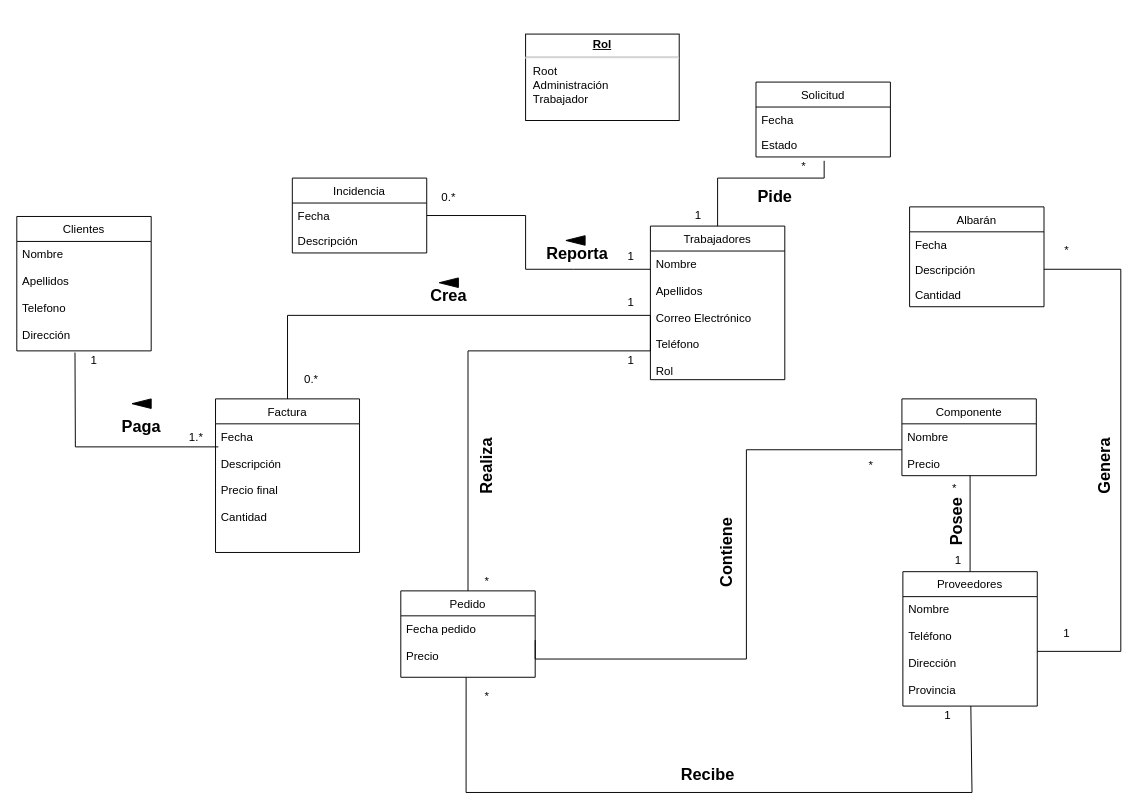
Above: docs/UMLBD.drawio in lanbacb6/ProyectoDAW (draw.io), before the change. Source tidied: cells renumbered, new cells numbered last; positions are measured from the earlier drawing's top-left corner, leaving out a move shared by most shapes. Both pictures are drawn from the tidied source at 96%, with x=0, y=0 at pixel (16, 34).
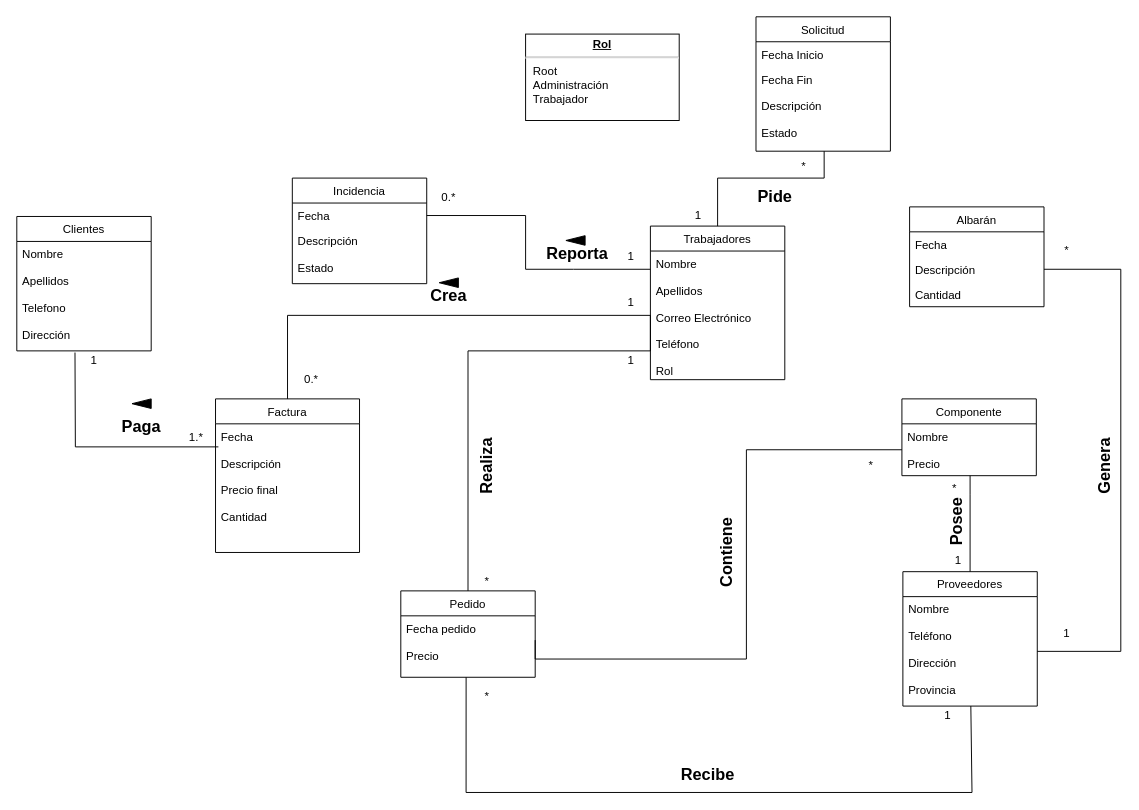
After the change.

The change refers to these unchanged cells:
```xml
<mxCell id="2" value="Trabajadores" style="swimlane;fontStyle=0;horizontal=1;startSize=26;fillColor=none;" parent="1" vertex="1">
  <mxGeometry x="660" y="200" width="140" height="160" as="geometry" />
</mxCell>
```

Diff of the diagram source:
```diff
@@
     <mxCell id="18" value="Incidencia" style="swimlane;fontStyle=0;horizontal=1;startSize=26;fillColor=none;fontColor=#000000;" parent="1" vertex="1">
-      <mxGeometry x="287" y="150" width="140" height="78" as="geometry" />
+      <mxGeometry x="287" y="150" width="140" height="110" as="geometry" />
     </mxCell>
@@
-    <mxCell id="20" value="Descripción" style="text;strokeColor=none;fillColor=none;align=left;verticalAlign=top;spacingLeft=4;spacingRight=4;overflow=hidden;" parent="18" vertex="1">
-      <mxGeometry y="52" width="140" height="26" as="geometry" />
+    <mxCell id="20" value="Descripción&#10;&#10;Estado&#10;" style="text;strokeColor=none;fillColor=none;align=left;verticalAlign=top;spacingLeft=4;spacingRight=4;overflow=hidden;" parent="18" vertex="1">
+      <mxGeometry y="52" width="140" height="58" as="geometry" />
     </mxCell>
     <mxCell id="21" value="Solicitud" style="swimlane;fontStyle=0;horizontal=1;startSize=26;fillColor=none;fontColor=#000000;" parent="1" vertex="1">
-      <mxGeometry x="770" y="50" width="140" height="78" as="geometry" />
+      <mxGeometry x="770" y="-18" width="140" height="140" as="geometry" />
     </mxCell>
-    <mxCell id="22" value="Fecha" style="text;strokeColor=none;fillColor=none;align=left;verticalAlign=top;spacingLeft=4;spacingRight=4;overflow=hidden;" parent="21" vertex="1">
+    <mxCell id="22" value="Fecha Inicio" style="text;strokeColor=none;fillColor=none;align=left;verticalAlign=top;spacingLeft=4;spacingRight=4;overflow=hidden;" parent="21" vertex="1">
       <mxGeometry y="26" width="140" height="26" as="geometry" />
     </mxCell>
-    <mxCell id="23" value="Estado" style="text;strokeColor=none;fillColor=none;align=left;verticalAlign=top;spacingLeft=4;spacingRight=4;overflow=hidden;points=[[0,0.5],[1,0.5]];portConstraint=eastwest;" parent="21" vertex="1">
-      <mxGeometry y="52" width="140" height="26" as="geometry" />
+    <mxCell id="23" value="Fecha Fin&#10;&#10;Descripción&#10;&#10;Estado&#10;" style="text;strokeColor=none;fillColor=none;align=left;verticalAlign=top;spacingLeft=4;spacingRight=4;overflow=hidden;points=[[0,0.5],[1,0.5]];portConstraint=eastwest;" parent="21" vertex="1">
+      <mxGeometry y="52" width="140" height="88" as="geometry" />
     </mxCell>
@@
-    <mxCell id="27" style="endArrow=none;html=1;labelBackgroundColor=#FF0000;fontColor=#000000;entryX=0.5;entryY=0;entryDx=0;entryDy=0;exitX=0.507;exitY=1.154;exitDx=0;exitDy=0;exitPerimeter=0;rounded=0;" parent="1" edge="1" source="23" target="2">
+    <mxCell id="27" style="endArrow=none;html=1;labelBackgroundColor=#FF0000;fontColor=#000000;entryX=0.5;entryY=0;entryDx=0;entryDy=0;exitX=0.507;exitY=1;exitDx=0;exitDy=0;exitPerimeter=0;rounded=0;" parent="1" edge="1" source="23" target="2">
       <mxGeometry relative="1" as="geometry">
         <Array as="points">
           <mxPoint x="841" y="150" />
           <mxPoint x="730" y="150" />
         </Array>
       </mxGeometry>
     </mxCell>
```
